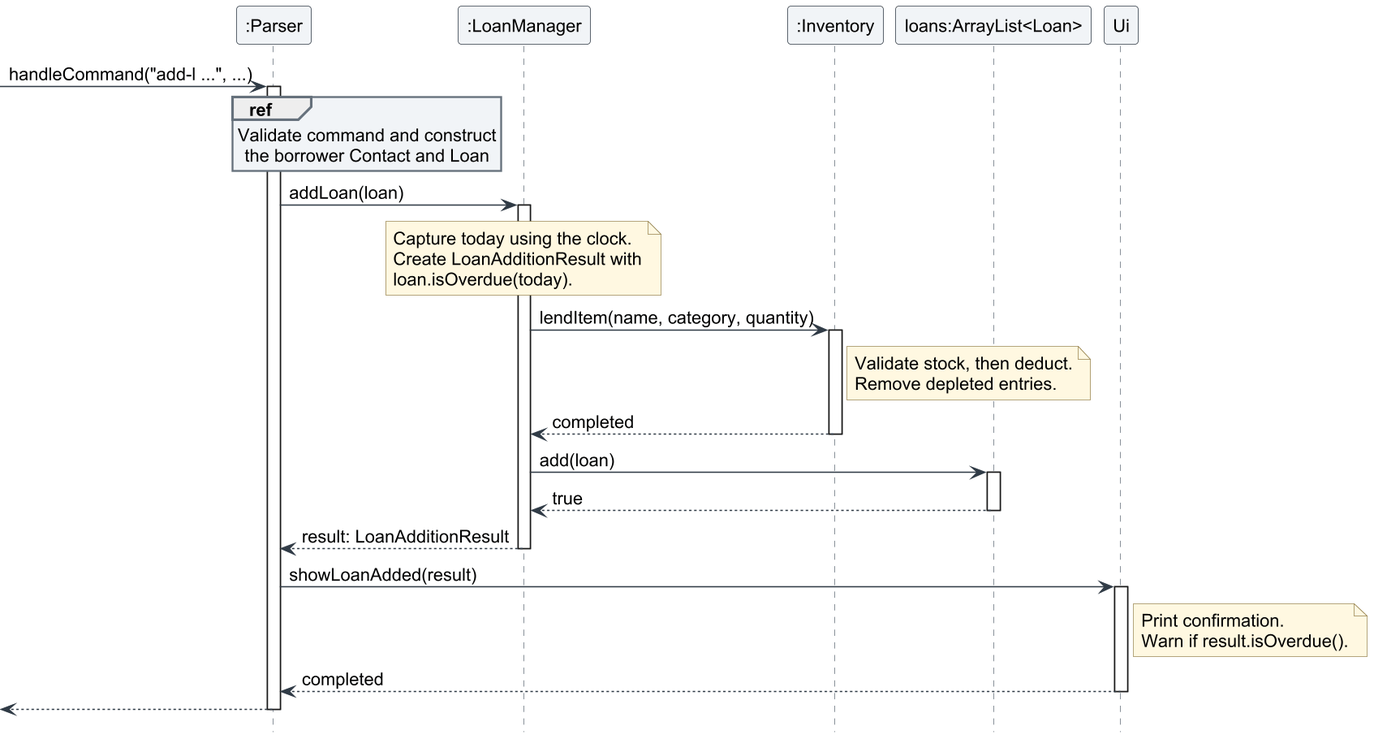
This is docs/images/loan-add-sequence.png from AY2627S1-CS2113-T11-3/tp, a PlantUML export, as it was before one commit. The source it was exported from:
```plantuml
@startuml
!include loan-style.puml
hide footbox
skinparam maxMessageSize 240

participant ":Parser" as Parser
participant ":LoanManager" as Manager
participant ":Inventory" as Inventory
participant "loans:ArrayList<Loan>" as Loans
participant "Ui" as Ui

[-> Parser : handleCommand("add-l ...", ...)
activate Parser
ref over Parser
    Validate command and construct
    the borrower Contact and Loan
end ref
Parser -> Manager : addLoan(loan)
activate Manager
note over Manager
    Capture today using the clock.
    Create LoanAdditionResult with
    loan.isOverdue(today).
end note
Manager -> Inventory : lendItem(name, category, quantity)
activate Inventory
note right of Inventory
    Validate stock, then deduct.
    Remove depleted entries.
end note
Inventory --> Manager : completed
deactivate Inventory
Manager -> Loans : add(loan)
activate Loans
Loans --> Manager : true
deactivate Loans
Manager --> Parser : result: LoanAdditionResult
deactivate Manager
Parser -> Ui : showLoanAdded(result)
activate Ui
note right of Ui
    Print confirmation.
    Warn if result.isOverdue().
end note
Ui --> Parser : completed
deactivate Ui
[<-- Parser
deactivate Parser
@enduml
```
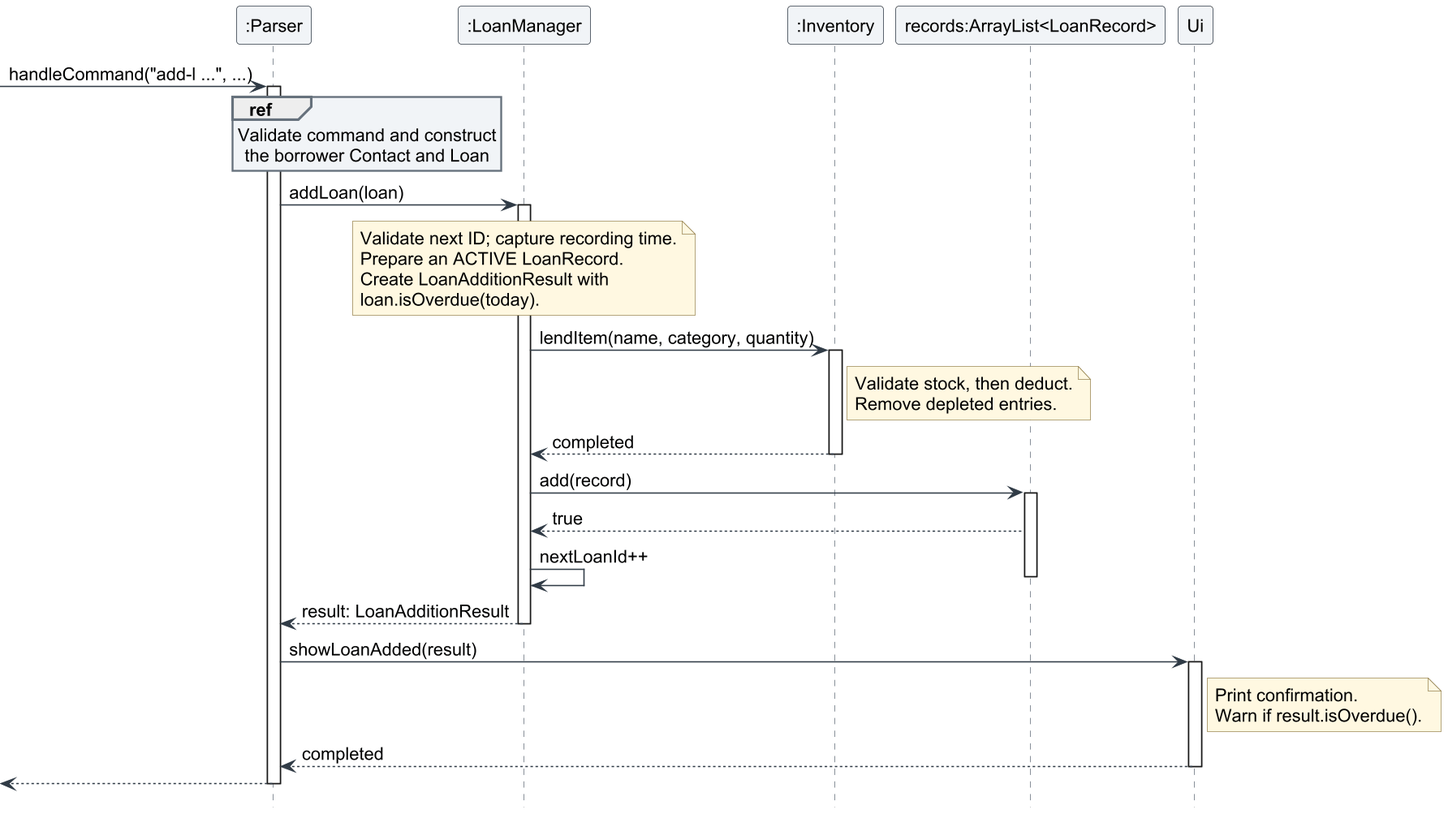
The same file after the commit.

What changed in the source:
```diff
@@ -6,7 +6,7 @@
 participant ":Parser" as Parser
 participant ":LoanManager" as Manager
 participant ":Inventory" as Inventory
-participant "loans:ArrayList<Loan>" as Loans
+participant "records:ArrayList<LoanRecord>" as Loans
 participant "Ui" as Ui
 
 [-> Parser : handleCommand("add-l ...", ...)
@@ -18,7 +18,8 @@
 Parser -> Manager : addLoan(loan)
 activate Manager
 note over Manager
-    Capture today using the clock.
+    Validate next ID; capture recording time.
+    Prepare an ACTIVE LoanRecord.
     Create LoanAdditionResult with
     loan.isOverdue(today).
 end note
@@ -30,9 +31,10 @@
 end note
 Inventory --> Manager : completed
 deactivate Inventory
-Manager -> Loans : add(loan)
+Manager -> Loans : add(record)
 activate Loans
 Loans --> Manager : true
+Manager -> Manager : nextLoanId++
 deactivate Loans
 Manager --> Parser : result: LoanAdditionResult
 deactivate Manager
```
